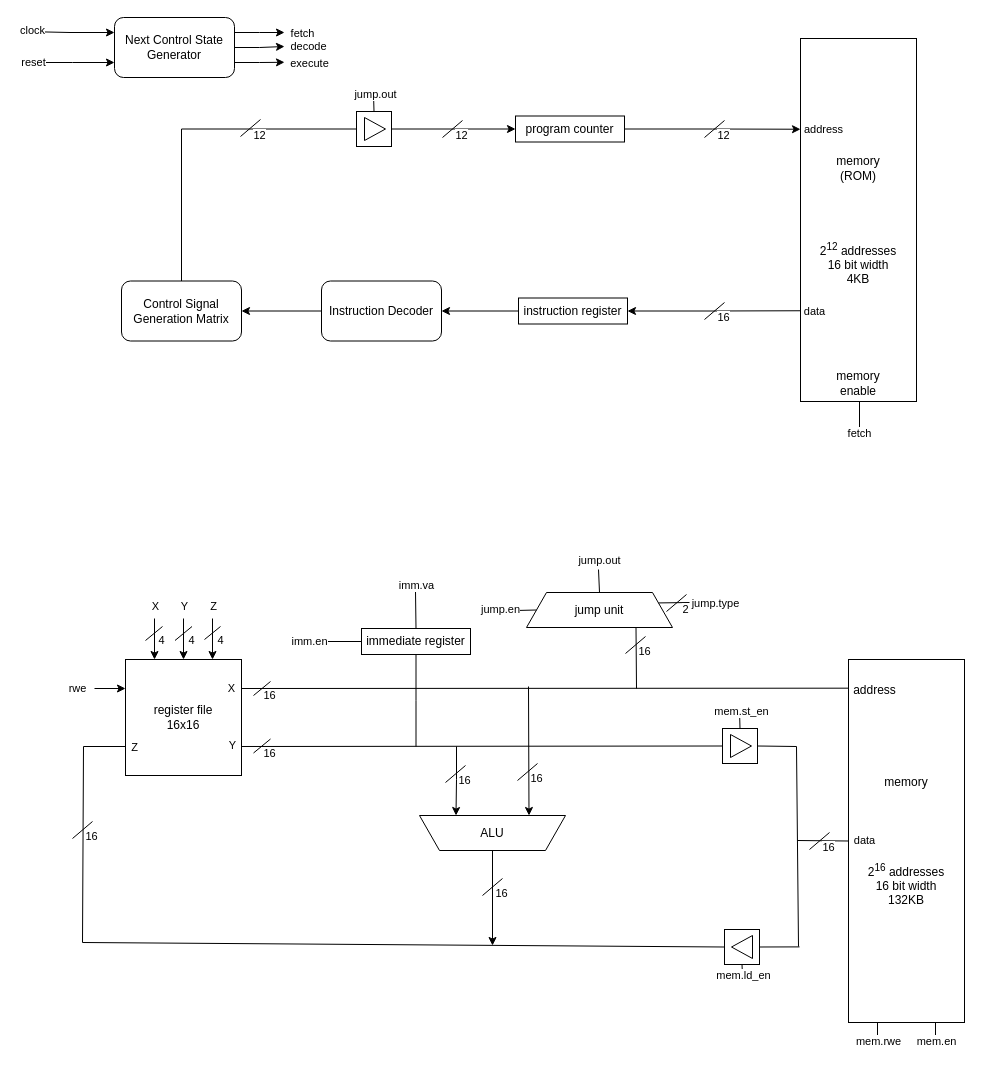
This is docs/cpu-arch.drawio from amoghkash/16-bit-cpu, a draw.io file, before an edit. Source tidied: cells renumbered, new cells numbered last; positions are measured from the earlier drawing's top-left corner, leaving out a move shared by most shapes. Both pictures are drawn from the tidied source at 100%, with x=0, y=0 at pixel (24, 17).
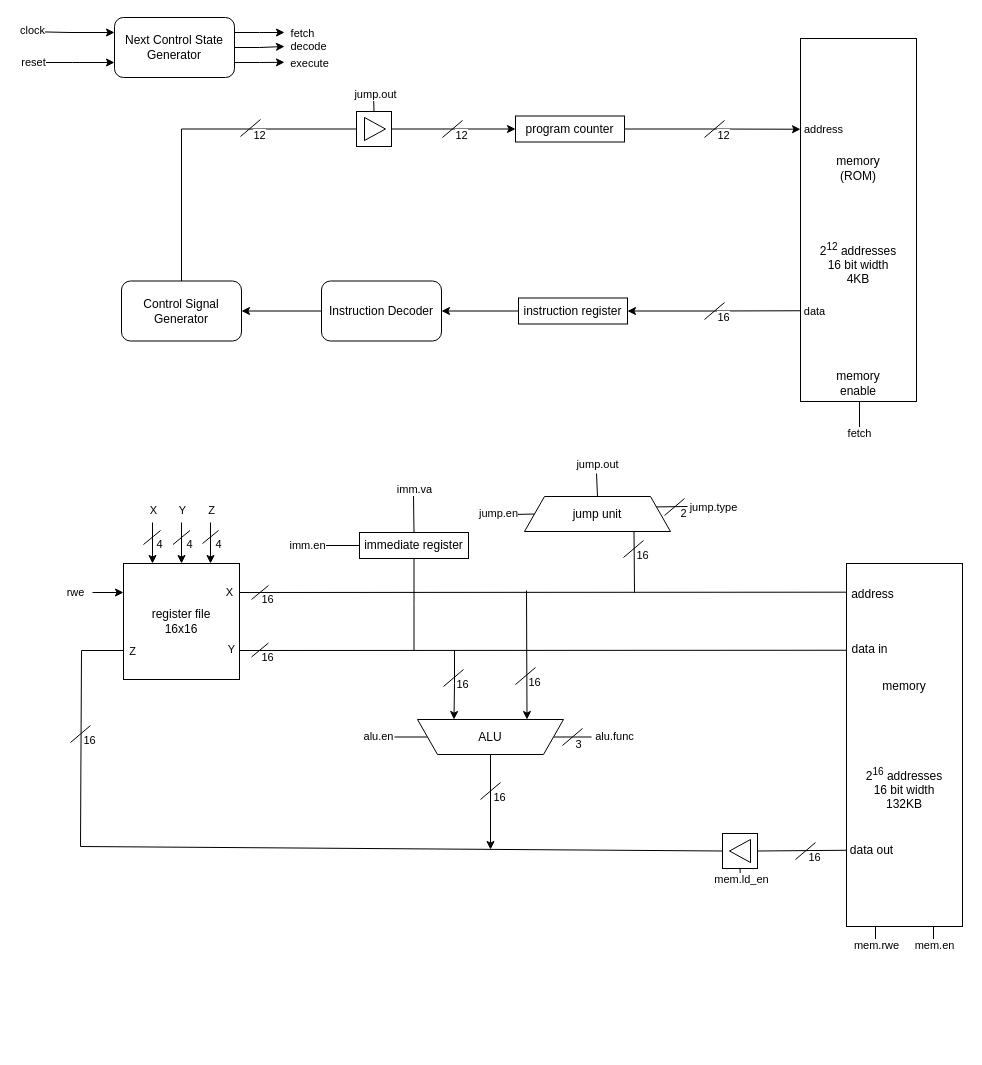
After the change.

Unchanged cells that the change refers to:
```xml
<mxCell id="43" value="register file&lt;div&gt;16x16&lt;/div&gt;" style="whiteSpace=wrap;html=1;" parent="42" vertex="1">
  <mxGeometry x="53" y="90" width="116" height="116" as="geometry" />
</mxCell>
<mxCell id="95" value="ALU" style="shape=trapezoid;perimeter=trapezoidPerimeter;whiteSpace=wrap;html=1;fixedSize=1;direction=west;" parent="42" vertex="1">
  <mxGeometry x="347" y="246" width="146" height="35" as="geometry" />
</mxCell>
<mxCell id="100" value="memory&lt;div&gt;&lt;br&gt;&lt;/div&gt;&lt;div&gt;&lt;br&gt;&lt;/div&gt;&lt;div&gt;&lt;br&gt;&lt;/div&gt;&lt;div&gt;&lt;br&gt;&lt;/div&gt;&lt;div&gt;&lt;div&gt;&lt;br&gt;&lt;/div&gt;&lt;div&gt;2&lt;sup&gt;16&lt;/sup&gt;&amp;nbsp;addresses&lt;/div&gt;&lt;div&gt;16 bit width&lt;/div&gt;&lt;div&gt;132KB&lt;/div&gt;&lt;/div&gt;" style="rounded=0;whiteSpace=wrap;html=1;" parent="42" vertex="1">
  <mxGeometry x="776" y="90" width="116" height="363" as="geometry" />
</mxCell>
<mxCell id="104" style="rounded=0;whiteSpace=wrap;html=1;" parent="42" vertex="1">
  <mxGeometry x="652" y="360" width="35" height="35" as="geometry" />
</mxCell>
```

What changed in the source:
```diff
@@
-    <mxCell id="27" value="Control Signal Generation Matrix" style="rounded=1;whiteSpace=wrap;html=1;" parent="1" vertex="1">
+    <mxCell id="27" value="Control Signal Generator" style="rounded=1;whiteSpace=wrap;html=1;" parent="1" vertex="1">
       <mxGeometry x="97" y="263.5" width="120" height="60" as="geometry" />
     </mxCell>
@@
     <mxCell id="42" style="group;" parent="1" vertex="1">
-      <mxGeometry x="48" y="552" width="892" height="477" as="geometry" />
+      <mxGeometry x="46" y="456" width="892" height="477" as="geometry" />
     </mxCell>
@@
-    <mxCell id="62" style="endArrow=none;html=1;rounded=0;exitX=1;exitY=0.75;exitDx=0;exitDy=0;entryX=0;entryY=0.5;entryDx=0;entryDy=0;" parent="42" edge="1" source="43" target="102">
+    <mxCell id="62" style="endArrow=none;html=1;rounded=0;exitX=1;exitY=0.75;exitDx=0;exitDy=0;entryX=0.002;entryY=0.239;entryDx=0;entryDy=0;entryPerimeter=0;" parent="42" edge="1" source="43" target="100">
       <mxGeometry relative="1" as="geometry" />
     </mxCell>
@@
+    <mxCell id="121" style="edgeStyle=orthogonalEdgeStyle;rounded=0;jettySize=auto;html=1;exitX=0;exitY=0.5;exitDx=0;exitDy=0;endArrow=none;endFill=0;" parent="42" edge="1" source="95">
+      <mxGeometry relative="1" as="geometry">
+        <mxPoint x="521" y="263" as="targetPoint" />
+      </mxGeometry>
+    </mxCell>
+    <mxCell id="122" value="alu.func" style="edgeLabel;html=1;align=center;verticalAlign=middle;" parent="121" vertex="1">
+      <mxGeometry x="0.81" y="-1" relative="1" as="geometry">
+        <mxPoint x="25" y="-2" as="offset" />
+      </mxGeometry>
+    </mxCell>
+    <mxCell id="123" style="edgeStyle=orthogonalEdgeStyle;rounded=0;jettySize=auto;html=1;exitX=1;exitY=0.5;exitDx=0;exitDy=0;endArrow=none;endFill=0;" parent="42" edge="1" source="95">
+      <mxGeometry relative="1" as="geometry">
+        <mxPoint x="324" y="264" as="targetPoint" />
+      </mxGeometry>
+    </mxCell>
+    <mxCell id="124" value="alu.en" style="edgeLabel;html=1;align=center;verticalAlign=middle;" parent="123" vertex="1">
+      <mxGeometry x="0.98" y="-3" relative="1" as="geometry">
+        <mxPoint x="-14" y="-1" as="offset" />
+      </mxGeometry>
+    </mxCell>
@@
-    <mxCell id="102" style="rounded=0;whiteSpace=wrap;html=1;" parent="42" vertex="1">
-      <mxGeometry x="650" y="159" width="35" height="35" as="geometry" />
-    </mxCell>
-    <mxCell id="103" style="triangle;whiteSpace=wrap;html=1;" parent="42" vertex="1">
-      <mxGeometry x="658" y="165" width="21" height="23" as="geometry" />
-    </mxCell>
@@
-    <mxCell id="106" style="endArrow=none;html=1;rounded=0;entryX=1;entryY=0.5;entryDx=0;entryDy=0;" parent="42" edge="1" target="102">
-      <mxGeometry relative="1" as="geometry">
-        <mxPoint x="724" y="177" as="sourcePoint" />
-      </mxGeometry>
-    </mxCell>
-    <mxCell id="107" style="endArrow=none;html=1;rounded=0;entryX=1;entryY=0.5;entryDx=0;entryDy=0;" parent="42" edge="1" target="104">
-      <mxGeometry relative="1" as="geometry">
-        <mxPoint x="727" y="377.4" as="sourcePoint" />
-      </mxGeometry>
+    <mxCell id="107" style="endArrow=none;html=1;rounded=0;entryX=1;entryY=0.5;entryDx=0;entryDy=0;exitX=-0.004;exitY=0.79;exitDx=0;exitDy=0;exitPerimeter=0;" parent="42" edge="1" source="100" target="104">
+      <mxGeometry relative="1" as="geometry" />
     </mxCell>
-    <mxCell id="108" style="endArrow=none;html=1;rounded=0;" parent="42" edge="1">
-      <mxGeometry relative="1" as="geometry">
-        <mxPoint x="726" y="377" as="sourcePoint" />
-        <mxPoint x="724" y="177" as="targetPoint" />
-      </mxGeometry>
-    </mxCell>
-    <mxCell id="109" style="endArrow=none;html=1;rounded=0;entryX=0;entryY=0.5;entryDx=0;entryDy=0;" parent="42" edge="1" target="100">
-      <mxGeometry relative="1" as="geometry">
-        <mxPoint x="725" y="271" as="sourcePoint" />
-      </mxGeometry>
-    </mxCell>
-    <mxCell id="110" value="data" style="edgeLabel;html=1;align=center;verticalAlign=middle;" parent="109" vertex="1">
-      <mxGeometry x="0.2" y="-1" relative="1" as="geometry">
-        <mxPoint x="36" y="-2" as="offset" />
-      </mxGeometry>
-    </mxCell>
-    <mxCell id="111" style="endArrow=none;html=1;rounded=0;entryX=0.5;entryY=0;entryDx=0;entryDy=0;" parent="42" edge="1" target="102">
-      <mxGeometry relative="1" as="geometry">
-        <mxPoint x="667" y="141" as="sourcePoint" />
-      </mxGeometry>
-    </mxCell>
-    <mxCell id="112" value="mem.st_en" style="edgeLabel;html=1;align=center;verticalAlign=middle;" parent="111" vertex="1">
-      <mxGeometry x="-0.85" y="1" relative="1" as="geometry" />
-    </mxCell>
@@
-    <mxCell id="115" style="endArrow=none;html=1;rounded=0;" parent="42" edge="1">
-      <mxGeometry relative="1" as="geometry">
-        <mxPoint x="737" y="280" as="sourcePoint" />
-        <mxPoint x="757" y="263" as="targetPoint" />
-      </mxGeometry>
-    </mxCell>
-    <mxCell id="116" value="16" style="edgeLabel;html=1;align=center;verticalAlign=middle;" parent="115" vertex="1">
-      <mxGeometry x="0.44" y="-1" relative="1" as="geometry">
-        <mxPoint x="3" y="9" as="offset" />
-      </mxGeometry>
-    </mxCell>
@@
+    <mxCell id="125" style="endArrow=none;html=1;rounded=0;" parent="42" edge="1">
+      <mxGeometry relative="1" as="geometry">
+        <mxPoint x="492" y="272" as="sourcePoint" />
+        <mxPoint x="512" y="255" as="targetPoint" />
+      </mxGeometry>
+    </mxCell>
+    <mxCell id="126" value="3" style="edgeLabel;html=1;align=center;verticalAlign=middle;" parent="125" vertex="1">
+      <mxGeometry x="0.44" y="-1" relative="1" as="geometry">
+        <mxPoint y="10" as="offset" />
+      </mxGeometry>
+    </mxCell>
+    <mxCell id="127" value="data in" style="text;html=1;align=center;verticalAlign=middle;strokeColor=none;fillColor=none;" parent="42" vertex="1">
+      <mxGeometry x="771" y="162" width="55" height="27" as="geometry" />
+    </mxCell>
+    <mxCell id="128" value="data out" style="text;html=1;align=center;verticalAlign=middle;strokeColor=none;fillColor=none;" parent="42" vertex="1">
+      <mxGeometry x="770" y="363" width="62" height="27" as="geometry" />
+    </mxCell>
+    <mxCell id="129" style="endArrow=none;html=1;rounded=0;" parent="42" edge="1">
+      <mxGeometry relative="1" as="geometry">
+        <mxPoint x="725" y="386" as="sourcePoint" />
+        <mxPoint x="745" y="369" as="targetPoint" />
+      </mxGeometry>
+    </mxCell>
+    <mxCell id="116" value="16" style="edgeLabel;html=1;align=center;verticalAlign=middle;" parent="129" vertex="1">
+      <mxGeometry x="0.44" y="-1" relative="1" as="geometry">
+        <mxPoint x="3" y="9" as="offset" />
+      </mxGeometry>
+    </mxCell>
```
